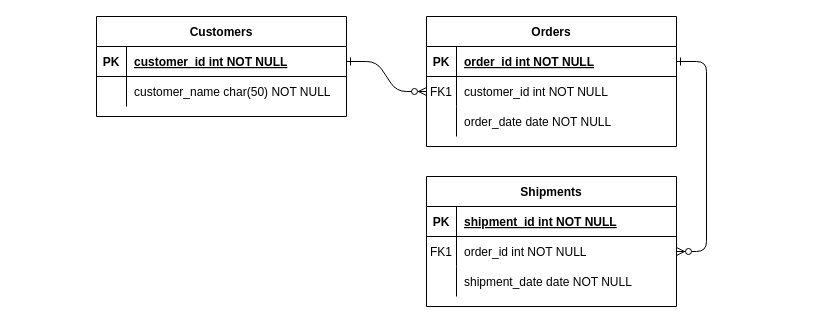
This is Tugas/ERD_Kereta.drawio from kucingtakucin/Pemrograman-Web, a draw.io file, before an edit. Source tidied: cells renumbered, new cells numbered last; positions are measured from the earlier drawing's top-left corner, leaving out a move shared by most shapes. Both pictures are drawn from the tidied source at 100%, with x=0, y=0 at pixel (96, 16).
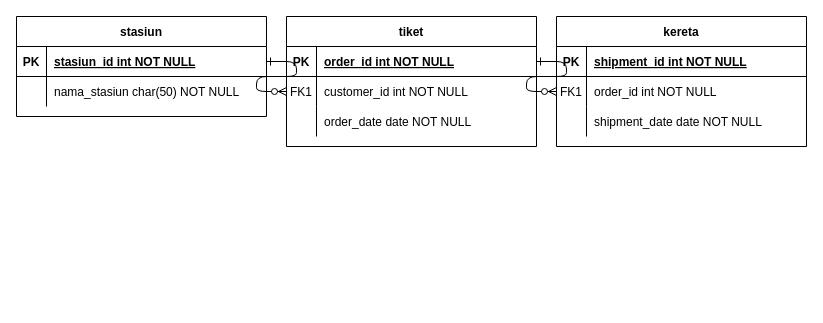
Above is the later version.

Unchanged cells that the change refers to:
```xml
<mxCell id="25" style="shape=partialRectangle;fillColor=none;points=[[0,0.5],[1,0.5]];portConstraint=eastwest;top=0;left=0;right=0;bottom=1;" parent="24" vertex="1">
  <mxGeometry y="30" width="250" height="30" as="geometry" />
</mxCell>
<mxCell id="28" style="shape=partialRectangle;fillColor=none;top=0;left=0;right=0;bottom=0;" parent="24" vertex="1">
  <mxGeometry y="60" width="250" height="30" as="geometry" />
</mxCell>
```

Diff of the diagram source:
```diff
@@
-    <mxCell id="4" value="Orders" style="shape=table;startSize=30;childLayout=tableLayout;rowLines=0;fontStyle=1;align=center;" parent="1" vertex="1">
-      <mxGeometry x="330" width="250" height="130" as="geometry" />
+    <mxCell id="4" value="tiket" style="shape=table;startSize=30;childLayout=tableLayout;rowLines=0;fontStyle=1;align=center;" parent="1" vertex="1">
+      <mxGeometry x="190" width="250" height="130" as="geometry" />
     </mxCell>
@@
-    <mxCell id="14" value="Shipments" style="shape=table;startSize=30;childLayout=tableLayout;rowLines=0;fontStyle=1;align=center;" parent="1" vertex="1">
-      <mxGeometry x="330" y="160" width="250" height="130" as="geometry" />
+    <mxCell id="14" value="kereta" style="shape=table;startSize=30;childLayout=tableLayout;rowLines=0;fontStyle=1;align=center;" parent="1" vertex="1">
+      <mxGeometry x="460" width="250" height="130" as="geometry" />
     </mxCell>
@@
-    <mxCell id="24" value="Customers" style="shape=table;startSize=30;childLayout=tableLayout;rowLines=0;fontStyle=1;align=center;" parent="1" vertex="1">
-      <mxGeometry width="250" height="100" as="geometry" />
+    <mxCell id="24" value="stasiun" style="shape=table;startSize=30;childLayout=tableLayout;rowLines=0;fontStyle=1;align=center;" parent="1" vertex="1">
+      <mxGeometry x="-80" width="250" height="100" as="geometry" />
     </mxCell>
@@
-    <mxCell id="27" value="customer_id int NOT NULL " style="shape=partialRectangle;overflow=hidden;fillColor=none;top=0;left=0;bottom=0;right=0;align=left;spacingLeft=6;fontStyle=5;" parent="25" vertex="1">
+    <mxCell id="27" value="stasiun_id int NOT NULL " style="shape=partialRectangle;overflow=hidden;fillColor=none;top=0;left=0;bottom=0;right=0;align=left;spacingLeft=6;fontStyle=5;" parent="25" vertex="1">
       <mxGeometry x="30" width="220" height="30" as="geometry" />
     </mxCell>
@@
-    <mxCell id="30" value="customer_name char(50) NOT NULL" style="shape=partialRectangle;overflow=hidden;fillColor=none;top=0;left=0;bottom=0;right=0;align=left;spacingLeft=6;" parent="28" vertex="1">
+    <mxCell id="30" value="nama_stasiun char(50) NOT NULL" style="shape=partialRectangle;overflow=hidden;fillColor=none;top=0;left=0;bottom=0;right=0;align=left;spacingLeft=6;" parent="28" vertex="1">
       <mxGeometry x="30" width="220" height="30" as="geometry" />
     </mxCell>
```
